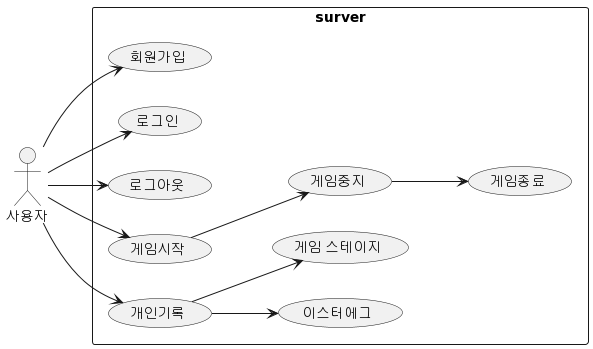
This is UML/usecase.png from leehj24/software_prj, a PlantUML export, as it was before one commit. Source of this version:
```plantuml
@startuml
left to right direction
actor "사용자" as fc
rectangle surver {
 usecase "회원가입" as uc1
 usecase "로그인" as uc2
 usecase "로그아웃" as uc3
 usecase "게임시작" as uc4
 usecase "개인기록"as uc5
 usecase "게임중지" as ac1
 usecase "게임종료" as ac2
 usecase "이스터에그" as ac3
 usecase "게임 스테이지" as ac4
}

fc --> uc1
fc --> uc2
fc --> uc3
fc --> uc4
fc --> uc5
uc4 --> ac1
ac1 --> ac2
uc5 --> ac3
uc5 --> ac4
@enduml
```
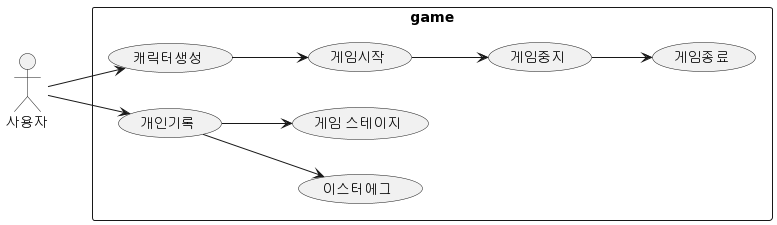
The same file after the commit.

Change to the diagram source:
```diff
@@ -1,10 +1,8 @@
 @startuml
 left to right direction
 actor "사용자" as fc
-rectangle surver {
- usecase "회원가입" as uc1
- usecase "로그인" as uc2
- usecase "로그아웃" as uc3
+rectangle game {
+ usecase "캐릭터생성" as uc1
  usecase "게임시작" as uc4
  usecase "개인기록"as uc5
  usecase "게임중지" as ac1
@@ -14,9 +12,7 @@
 }
 
 fc --> uc1
-fc --> uc2
-fc --> uc3
-fc --> uc4
+uc1 --> uc4
 fc --> uc5
 uc4 --> ac1
 ac1 --> ac2
```
